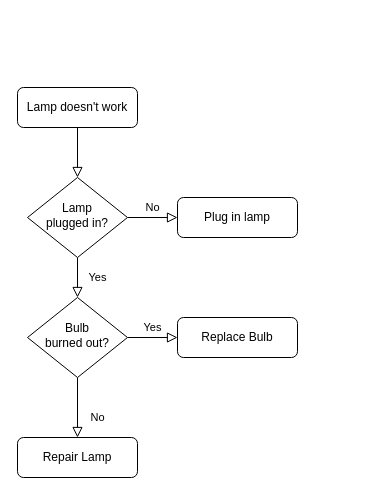
Earlier version of the draw.io diagram indi.drawio (Vingoooo/Individual). Source tidied: cells renumbered, new cells numbered last; positions are measured from the earlier drawing's top-left corner, leaving out a move shared by most shapes. Both pictures are drawn from the tidied source at 100%, with x=0, y=0 at pixel (17, 87).
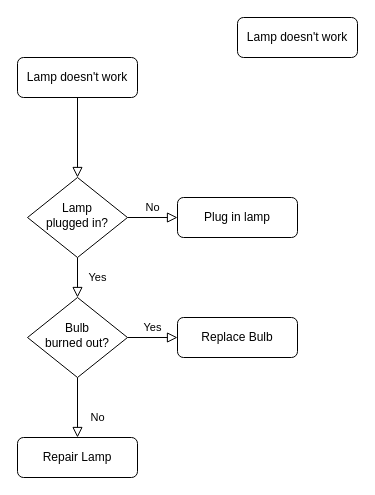
The same page after the edit.

Diff of the diagram source:
```diff
@@
 <mxGraphModel>
   <root>
     <mxCell id="0" />
     <mxCell id="1" parent="0" />
     <mxCell id="2" style="rounded=0;html=1;jettySize=auto;fontSize=11;endArrow=block;endFill=0;endSize=8;strokeWidth=1;shadow=0;labelBackgroundColor=none;edgeStyle=orthogonalEdgeStyle;" parent="1" edge="1" source="3" target="6">
       <mxGeometry relative="1" as="geometry" />
     </mxCell>
     <mxCell id="3" value="Lamp doesn't work" style="rounded=1;whiteSpace=wrap;html=1;fontSize=12;glass=0;strokeWidth=1;shadow=0;" parent="1" vertex="1">
-      <mxGeometry width="120" height="40" as="geometry" />
+      <mxGeometry y="-30" width="120" height="40" as="geometry" />
     </mxCell>
     <mxCell id="4" value="Yes" style="rounded=0;html=1;jettySize=auto;fontSize=11;endArrow=block;endFill=0;endSize=8;strokeWidth=1;shadow=0;labelBackgroundColor=none;edgeStyle=orthogonalEdgeStyle;" parent="1" edge="1" source="6" target="10">
       <mxGeometry y="20" relative="1" as="geometry" />
     </mxCell>
     <mxCell id="5" value="No" style="edgeStyle=orthogonalEdgeStyle;rounded=0;html=1;jettySize=auto;fontSize=11;endArrow=block;endFill=0;endSize=8;strokeWidth=1;shadow=0;labelBackgroundColor=none;" parent="1" edge="1" source="6" target="7">
       <mxGeometry y="10" relative="1" as="geometry" />
     </mxCell>
     <mxCell id="6" value="Lamp&lt;br&gt;plugged in?" style="rhombus;whiteSpace=wrap;html=1;shadow=0;fontFamily=Helvetica;fontSize=12;align=center;strokeWidth=1;spacing=6;spacingTop=-4;" parent="1" vertex="1">
       <mxGeometry x="10" y="90" width="100" height="80" as="geometry" />
     </mxCell>
     <mxCell id="7" value="Plug in lamp" style="rounded=1;whiteSpace=wrap;html=1;fontSize=12;glass=0;strokeWidth=1;shadow=0;" parent="1" vertex="1">
       <mxGeometry x="160" y="110" width="120" height="40" as="geometry" />
     </mxCell>
     <mxCell id="8" value="No" style="rounded=0;html=1;jettySize=auto;fontSize=11;endArrow=block;endFill=0;endSize=8;strokeWidth=1;shadow=0;labelBackgroundColor=none;edgeStyle=orthogonalEdgeStyle;" parent="1" edge="1" source="10" target="11">
       <mxGeometry x="0.33" y="20" relative="1" as="geometry" />
     </mxCell>
     <mxCell id="9" value="Yes" style="edgeStyle=orthogonalEdgeStyle;rounded=0;html=1;jettySize=auto;fontSize=11;endArrow=block;endFill=0;endSize=8;strokeWidth=1;shadow=0;labelBackgroundColor=none;" parent="1" edge="1" source="10" target="12">
       <mxGeometry y="10" relative="1" as="geometry" />
     </mxCell>
     <mxCell id="10" value="Bulb&lt;br&gt;burned out?" style="rhombus;whiteSpace=wrap;html=1;shadow=0;fontFamily=Helvetica;fontSize=12;align=center;strokeWidth=1;spacing=6;spacingTop=-4;" parent="1" vertex="1">
       <mxGeometry x="10" y="210" width="100" height="80" as="geometry" />
     </mxCell>
     <mxCell id="11" value="Repair Lamp" style="rounded=1;whiteSpace=wrap;html=1;fontSize=12;glass=0;strokeWidth=1;shadow=0;" parent="1" vertex="1">
       <mxGeometry y="350" width="120" height="40" as="geometry" />
     </mxCell>
     <mxCell id="12" value="Replace Bulb" style="rounded=1;whiteSpace=wrap;html=1;fontSize=12;glass=0;strokeWidth=1;shadow=0;" parent="1" vertex="1">
       <mxGeometry x="160" y="230" width="120" height="40" as="geometry" />
     </mxCell>
+    <mxCell id="13" value="Lamp doesn't work" style="rounded=1;whiteSpace=wrap;html=1;fontSize=12;glass=0;strokeWidth=1;shadow=0;" parent="1" vertex="1">
+      <mxGeometry x="220" y="-70" width="120" height="40" as="geometry" />
+    </mxCell>
   </root>
 </mxGraphModel>
```
